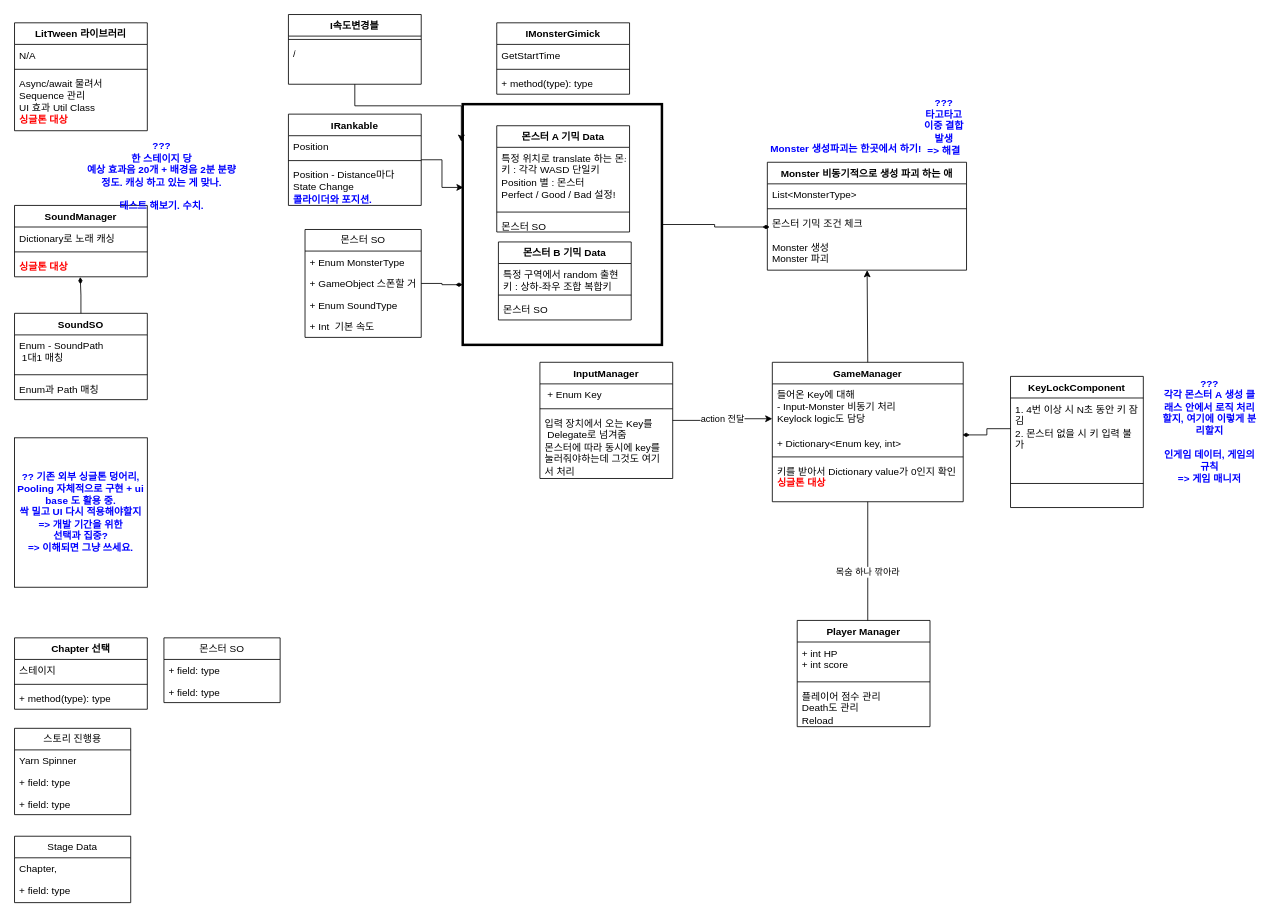
Earlier version of the draw.io diagram TheMonk.drawio (dubidubob/Unijam3). Source tidied: cells renumbered, new cells numbered last; positions are measured from the earlier drawing's top-left corner, leaving out a move shared by most shapes. Both pictures are drawn from the tidied source at 83%, with x=0, y=0 at pixel (14, 14).
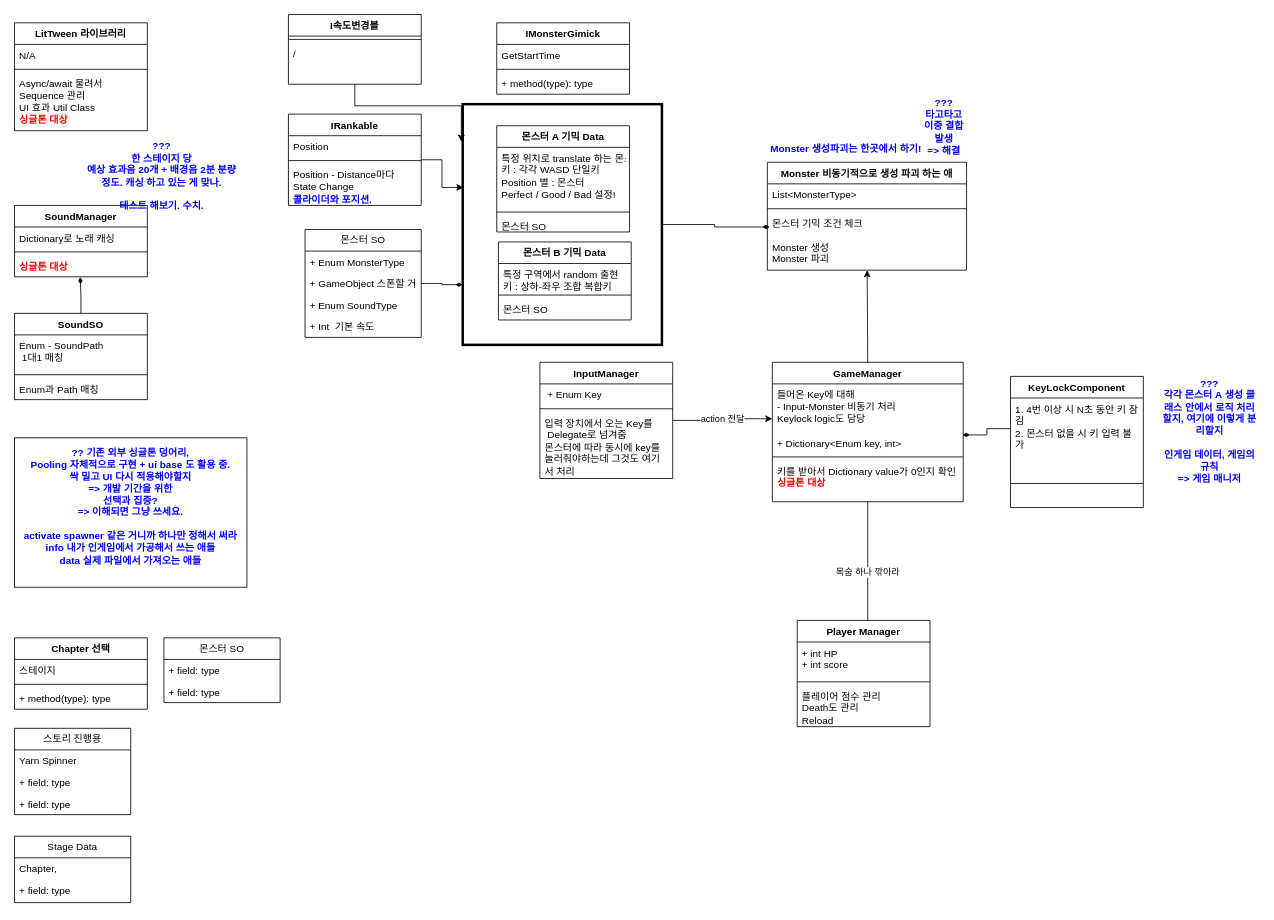
Above is the later version.

The edit, as a diff of the source:
```diff
@@
-    <mxCell id="33" value="&lt;b&gt;&lt;font style=&quot;color: rgb(0, 0, 255);&quot;&gt;?? 기존 외부 싱글톤 덩어리,&lt;br&gt;Pooling 자체적으로 구현 + ui base 도 활용 중.&lt;br&gt;싹 밀고 UI 다시 적용해야할지&lt;br&gt;=&amp;gt; 개발 기간을 위한 &lt;br&gt;선택과 집중?&lt;br&gt;&lt;/font&gt;&lt;/b&gt;&lt;div&gt;&lt;b&gt;&lt;font style=&quot;color: rgb(0, 0, 255);&quot;&gt;=&amp;gt; 이해되면 그냥 쓰세요.&lt;/font&gt;&lt;/b&gt;&lt;/div&gt;" style="rounded=0;whiteSpace=wrap;html=1;" parent="1" vertex="1">
-      <mxGeometry y="510" width="160" height="180" as="geometry" />
+    <mxCell id="33" value="&lt;b&gt;&lt;font style=&quot;color: rgb(0, 0, 255);&quot;&gt;?? 기존 외부 싱글톤 덩어리,&lt;br&gt;Pooling 자체적으로 구현 + ui base 도 활용 중.&lt;br&gt;싹 밀고 UI 다시 적용해야할지&lt;br&gt;=&amp;gt; 개발 기간을 위한 &lt;br&gt;선택과 집중?&lt;br&gt;&lt;/font&gt;&lt;/b&gt;&lt;div&gt;&lt;b&gt;&lt;font style=&quot;color: rgb(0, 0, 255);&quot;&gt;=&amp;gt; 이해되면 그냥 쓰세요.&lt;/font&gt;&lt;/b&gt;&lt;/div&gt;&lt;div&gt;&lt;b&gt;&lt;font style=&quot;color: rgb(0, 0, 255);&quot;&gt;&lt;br&gt;&lt;/font&gt;&lt;/b&gt;&lt;/div&gt;&lt;div&gt;&lt;font style=&quot;color: rgb(0, 0, 255);&quot;&gt;&lt;div style=&quot;&quot;&gt;&lt;font color=&quot;#0000ff&quot;&gt;&lt;b&gt;activate spawner 같은 거니까 하나만 정해서 써라&lt;/b&gt;&lt;/font&gt;&lt;/div&gt;&lt;div style=&quot;&quot;&gt;&lt;font color=&quot;#0000ff&quot;&gt;&lt;b&gt;info 내가 인게임에서 가공해서 쓰는 애들&lt;/b&gt;&lt;/font&gt;&lt;/div&gt;&lt;div style=&quot;&quot;&gt;&lt;font color=&quot;#0000ff&quot;&gt;&lt;b&gt;data 실제 파일에서 가져오는 애들&lt;/b&gt;&lt;/font&gt;&lt;/div&gt;&lt;div style=&quot;color: light-dark(rgb(0, 0, 255), rgb(205, 205, 255)); font-weight: bold;&quot;&gt;&lt;br&gt;&lt;/div&gt;&lt;/font&gt;&lt;/div&gt;" style="rounded=0;whiteSpace=wrap;html=1;" parent="1" vertex="1">
+      <mxGeometry y="510" width="280" height="180" as="geometry" />
     </mxCell>
```
